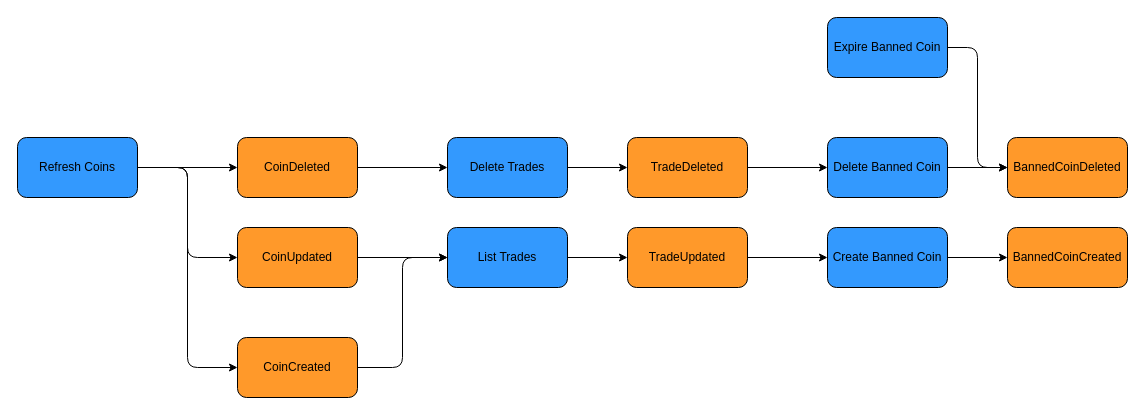
Earlier version of the draw.io diagram docs/eventstorming.drawio (biosvos/coin-cache-service). Source tidied: cells renumbered, new cells numbered last; positions are measured from the earlier drawing's top-left corner, leaving out a move shared by most shapes. Both pictures are drawn from the tidied source at 100%, with x=0, y=0 at pixel (17, 17).
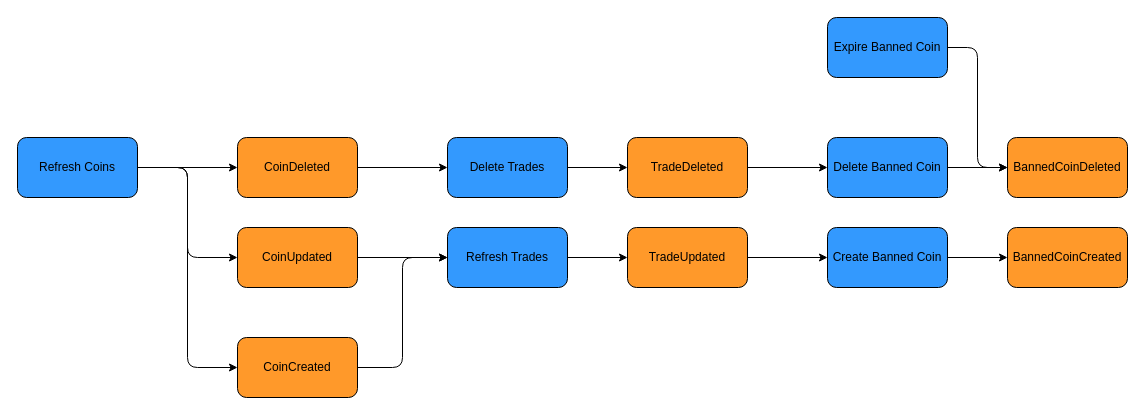
The same diagram, later.

Diff of the diagram source:
```diff
@@
-    <mxCell id="11" value="List Trades" style="rounded=1;whiteSpace=wrap;html=1;fillColor=#3399fe;fontColor=#000000;" parent="1" vertex="1">
+    <mxCell id="11" value="Refresh Trades" style="rounded=1;whiteSpace=wrap;html=1;fillColor=#3399fe;fontColor=#000000;" parent="1" vertex="1">
       <mxGeometry x="430" y="210" width="120" height="60" as="geometry" />
     </mxCell>
```
